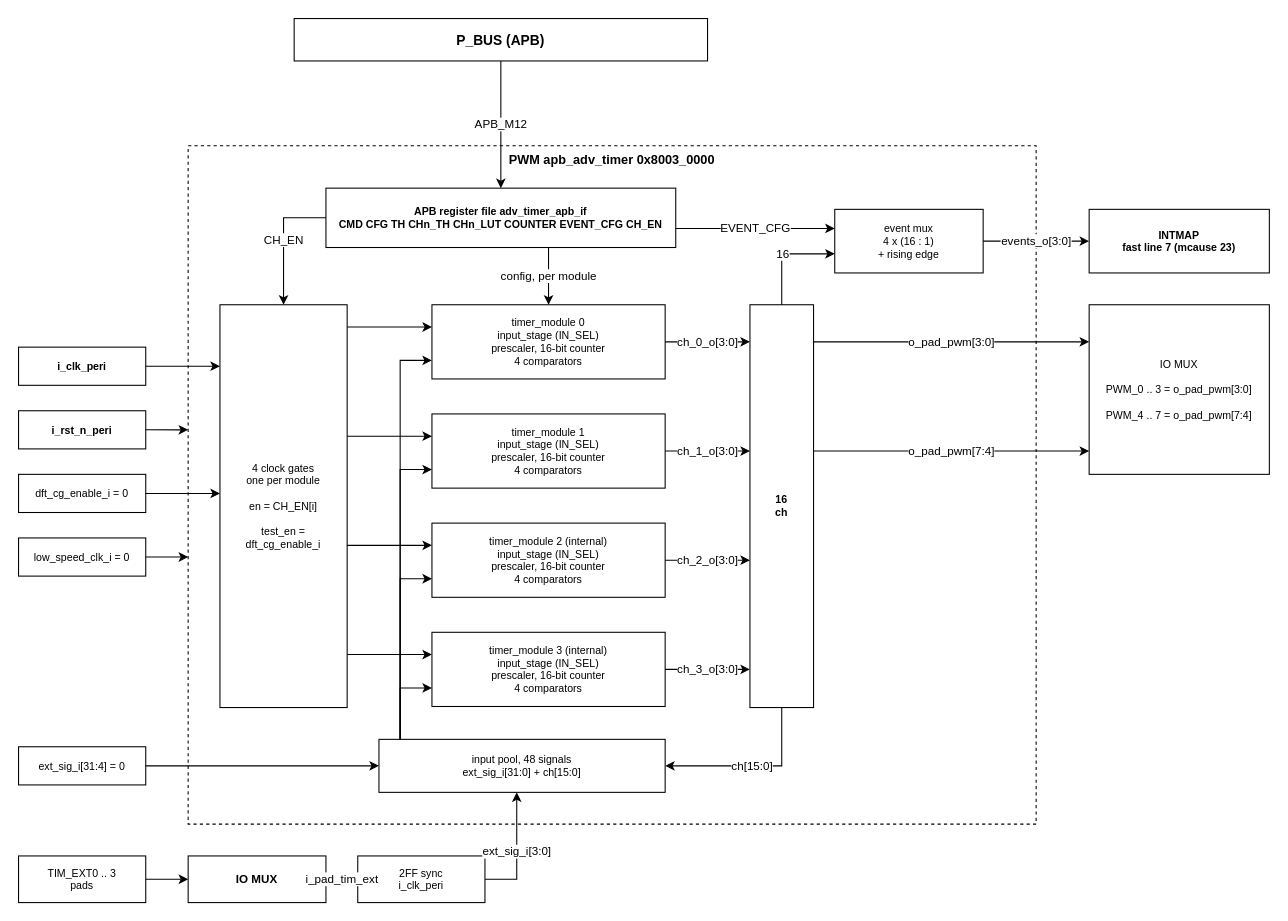
quynhonsemiconductor/vlsi_deep_training keeps this draw.io diagram as page "The PWM block and where its outputs go" (3 of 3) of doc/figures/drawio/QNSC_Timer_PWM.drawio. Above is the earlier version. Source tidied: cells renumbered, new cells numbered last; positions are measured from the earlier drawing's top-left corner, leaving out a move shared by most shapes. Both pictures are drawn from the tidied source at 106%, with x=0, y=0 at pixel (18, 18).
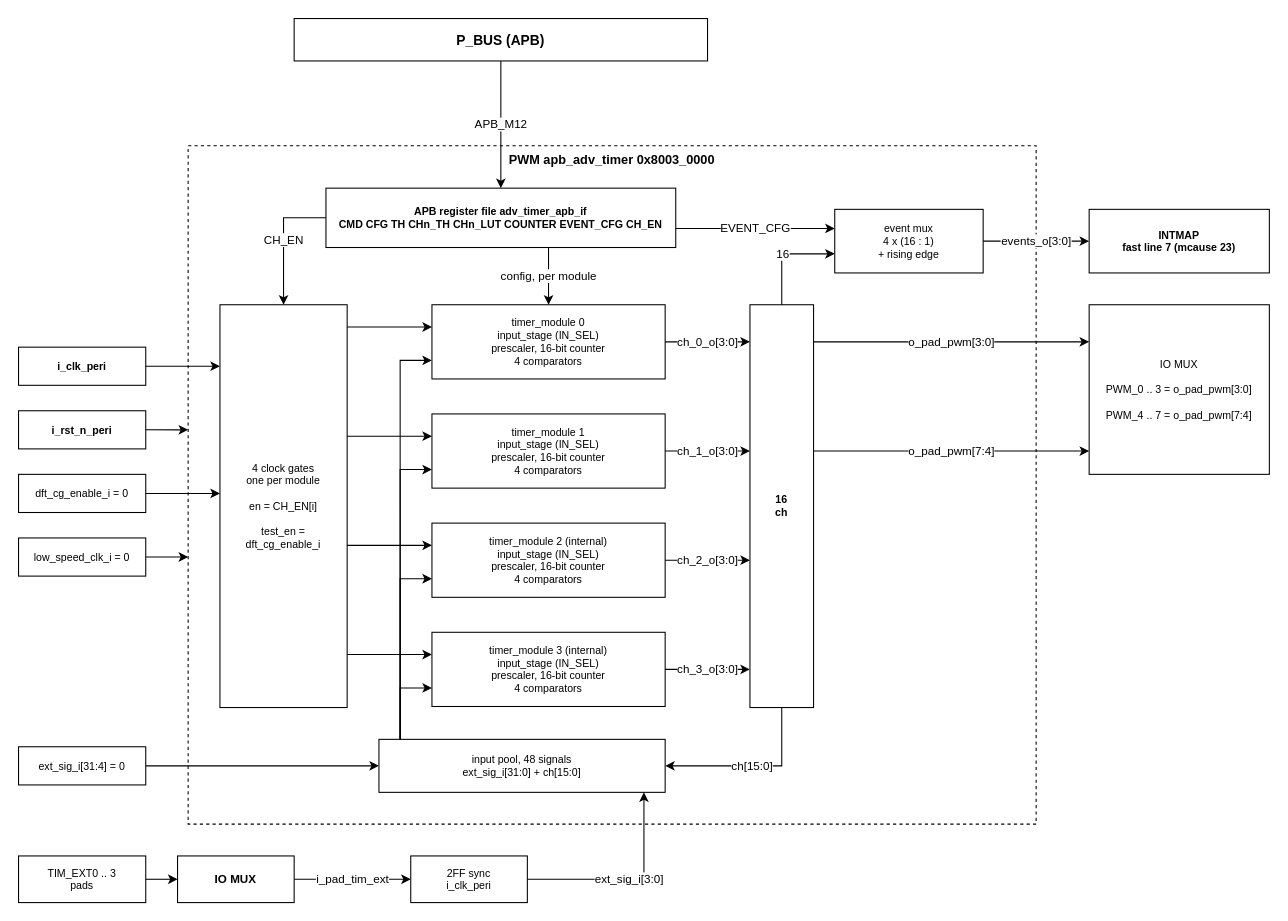
The same diagram, later.

Unchanged cells that the change refers to:
```xml
<mxCell id="11" value="input pool, 48 signals&#10;ext_sig_i[31:0] + ch[15:0]" style="rounded=0;whiteSpace=wrap;html=1;fillColor=#ffffff;strokeColor=#000000;fontSize=10;dashed=0;verticalAlign=middle;" parent="1" vertex="1">
  <mxGeometry x="340" y="680" width="270" height="50" as="geometry" />
</mxCell>
```

What changed in the source:
```diff
@@
     <mxCell id="19" value="IO MUX" style="rounded=0;whiteSpace=wrap;html=1;fillColor=#ffffff;strokeColor=#000000;fontSize=11;dashed=0;fontStyle=1;verticalAlign=middle;" parent="1" vertex="1">
-      <mxGeometry x="160" y="790" width="130" height="44" as="geometry" />
+      <mxGeometry x="150" y="790" width="110" height="44" as="geometry" />
     </mxCell>
     <mxCell id="20" value="2FF sync&#10;i_clk_peri" style="rounded=0;whiteSpace=wrap;html=1;fillColor=#ffffff;strokeColor=#000000;fontSize=10;dashed=0;verticalAlign=middle;" parent="1" vertex="1">
-      <mxGeometry x="320" y="790" width="120" height="44" as="geometry" />
+      <mxGeometry x="370" y="790" width="110" height="44" as="geometry" />
     </mxCell>
@@
-    <mxCell id="51" value="ext_sig_i[3:0]" style="edgeStyle=orthogonalEdgeStyle;rounded=0;html=1;exitX=1.0;exitY=0.5;entryX=0.4815;entryY=1.0;exitDx=0;exitDy=0;entryDx=0;entryDy=0;" parent="1" edge="1" source="20" target="11">
+    <mxCell id="51" value="ext_sig_i[3:0]" style="edgeStyle=orthogonalEdgeStyle;rounded=0;html=1;exitX=1.0;exitY=0.5;entryX=0.9258999999999997;entryY=1.0;exitDx=0;exitDy=0;entryDx=0;entryDy=0;" parent="1" edge="1" source="20" target="11">
       <mxGeometry relative="1" as="geometry" />
     </mxCell>
```
